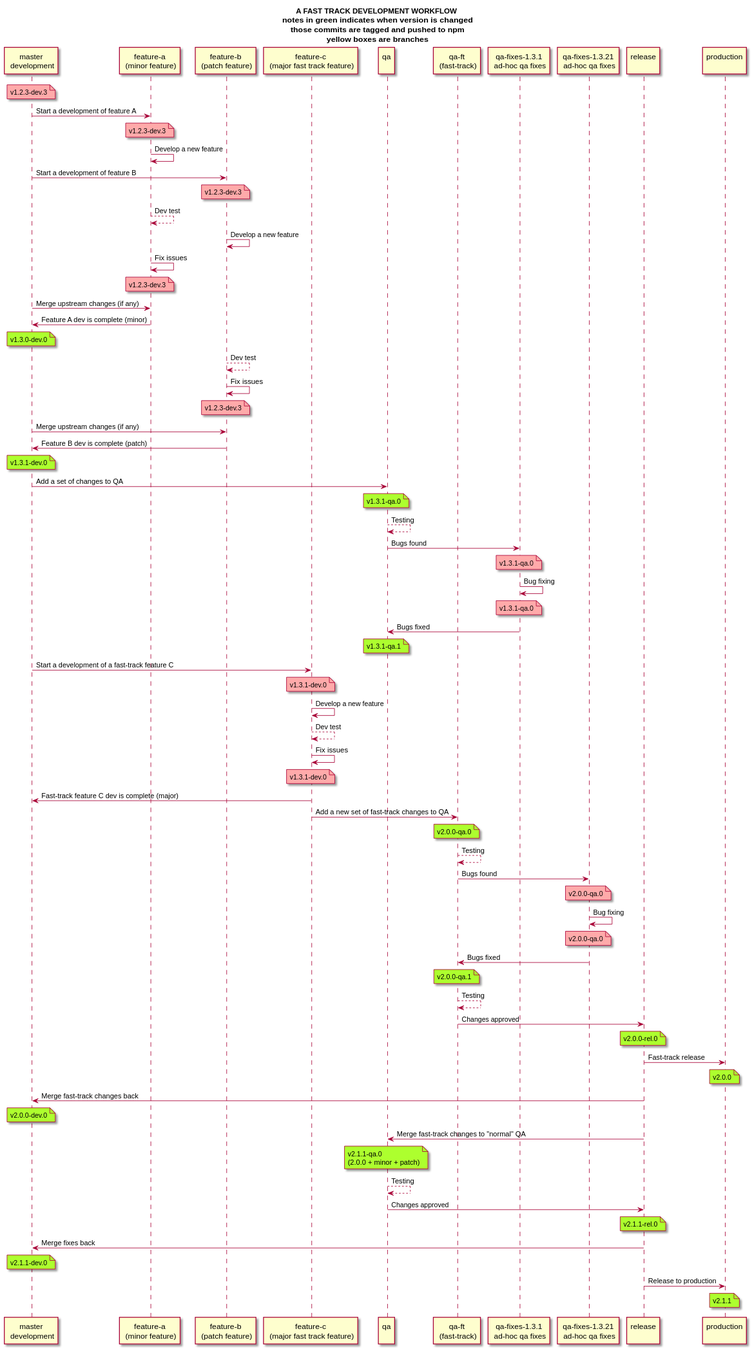
Above: development/git-workflow/git-fast-track-worklow-proposal.svg in alpheios-project/documentation (PlantUML), before the change. Source of this version:
```plantuml
@startuml
title A FAST TRACK DEVELOPMENT WORKFLOW\n notes in green indicates when version is changed\n those commits are tagged and pushed to npm\n yellow boxes are branches
participant "master\n development" as mst
participant "feature-a\n (minor feature)" as f1
participant "feature-b\n (patch feature)" as f2
participant "feature-c\n (major fast track feature)" as f3
participant "qa\n" as qa
participant "qa-ft\n (fast-track)" as qaft
participant "qa-fixes-1.3.1\n ad-hoc qa fixes" as qafix
participant "qa-fixes-1.3.21\n ad-hoc qa fixes" as qafix2
participant "release\n" as rel
participant "production\n" as prod

note over mst #FFAAAA: v1.2.3-dev.3
mst -> f1: Start a development of feature A
note over f1 #FFAAAA: v1.2.3-dev.3
f1 -> f1: Develop a new feature
mst -> f2: Start a development of feature B
note over f2 #FFAAAA: v1.2.3-dev.3
f1 --> f1: Dev test
f2 -> f2: Develop a new feature
f1 -> f1: Fix issues
note over f1 #FFAAAA: v1.2.3-dev.3
mst -> f1: Merge upstream changes (if any)
f1 -> mst: Feature A dev is complete (minor)
note over mst #GreenYellow: v1.3.0-dev.0

f2 --> f2: Dev test
f2 -> f2: Fix issues
note over f2 #FFAAAA: v1.2.3-dev.3
mst -> f2: Merge upstream changes (if any)
f2 -> mst: Feature B dev is complete (patch)
note over mst #GreenYellow: v1.3.1-dev.0

mst -> qa: Add a set of changes to QA
note over qa #GreenYellow: v1.3.1-qa.0
qa --> qa: Testing
qa -> qafix: Bugs found
note over qafix #FFAAAA: v1.3.1-qa.0
qafix -> qafix: Bug fixing
note over qafix #FFAAAA: v1.3.1-qa.0
qafix -> qa: Bugs fixed
note over qa #GreenYellow: v1.3.1-qa.1

mst -> f3: Start a development of a fast-track feature C
note over f3 #FFAAAA: v1.3.1-dev.0
f3 -> f3: Develop a new feature
f3 --> f3: Dev test
f3 -> f3: Fix issues
note over f3 #FFAAAA: v1.3.1-dev.0
f3 -> mst: Fast-track feature C dev is complete (major)

f3 -> qaft: Add a new set of fast-track changes to QA
note over qaft #GreenYellow: v2.0.0-qa.0
qaft --> qaft: Testing
qaft -> qafix2: Bugs found
note over qafix2 #FFAAAA: v2.0.0-qa.0
qafix2 -> qafix2: Bug fixing
note over qafix2 #FFAAAA: v2.0.0-qa.0
qafix2 -> qaft: Bugs fixed
note over qaft #GreenYellow: v2.0.0-qa.1
qaft --> qaft: Testing
qaft -> rel: Changes approved
note over rel #GreenYellow: v2.0.0-rel.0
rel -> prod: Fast-track release
note over prod #GreenYellow: v2.0.0

rel -> mst: Merge fast-track changes back
note over mst #GreenYellow: v2.0.0-dev.0
rel -> qa: Merge fast-track changes to "normal" QA
note over qa #GreenYellow: v2.1.1-qa.0\n(2.0.0 + minor + patch)

qa --> qa: Testing
qa -> rel: Changes approved
note over rel #GreenYellow: v2.1.1-rel.0
rel -> mst: Merge fixes back
note over mst #GreenYellow: v2.1.1-dev.0

rel -> prod: Release to production
note over prod #GreenYellow: v2.1.1
@enduml
```
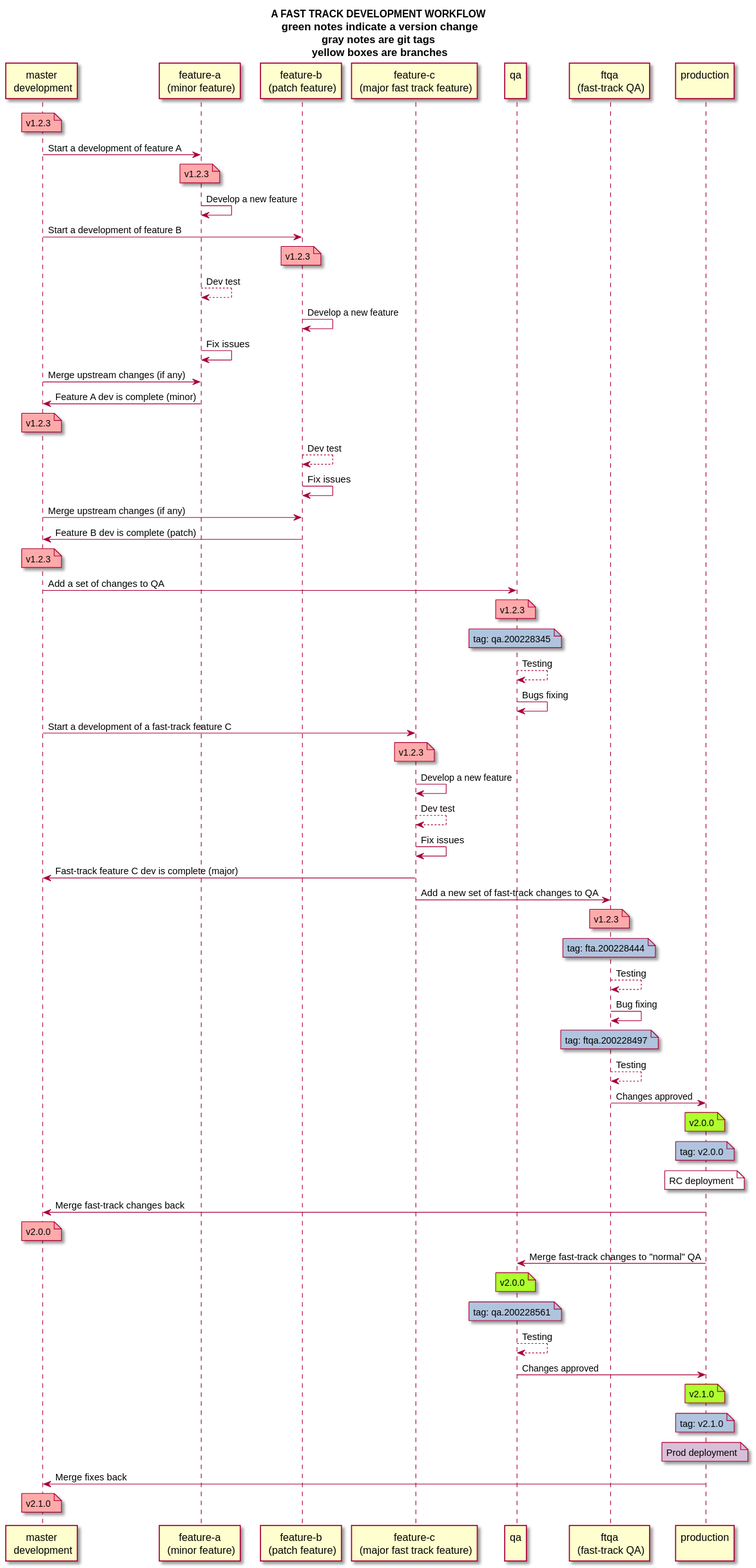
Later version of the same file.

Commit message:
Updated workflow diagrams

What changed in the source:
```diff
@@ -1,81 +1,68 @@
 @startuml
-title A FAST TRACK DEVELOPMENT WORKFLOW\n notes in green indicates when version is changed\n those commits are tagged and pushed to npm\n yellow boxes are branches
+title A FAST TRACK DEVELOPMENT WORKFLOW\n green notes indicate a version change\n gray notes are git tags \n yellow boxes are branches
 participant "master\n development" as mst
 participant "feature-a\n (minor feature)" as f1
 participant "feature-b\n (patch feature)" as f2
 participant "feature-c\n (major fast track feature)" as f3
 participant "qa\n" as qa
-participant "qa-ft\n (fast-track)" as qaft
-participant "qa-fixes-1.3.1\n ad-hoc qa fixes" as qafix
-participant "qa-fixes-1.3.21\n ad-hoc qa fixes" as qafix2
-participant "release\n" as rel
+participant "ftqa\n (fast-track QA)" as ftqa
 participant "production\n" as prod
 
-note over mst #FFAAAA: v1.2.3-dev.3
+note over mst #FFAAAA: v1.2.3
 mst -> f1: Start a development of feature A
-note over f1 #FFAAAA: v1.2.3-dev.3
+note over f1 #FFAAAA: v1.2.3
 f1 -> f1: Develop a new feature
 mst -> f2: Start a development of feature B
-note over f2 #FFAAAA: v1.2.3-dev.3
+note over f2 #FFAAAA: v1.2.3
 f1 --> f1: Dev test
 f2 -> f2: Develop a new feature
 f1 -> f1: Fix issues
-note over f1 #FFAAAA: v1.2.3-dev.3
 mst -> f1: Merge upstream changes (if any)
 f1 -> mst: Feature A dev is complete (minor)
-note over mst #GreenYellow: v1.3.0-dev.0
+note over mst #FFAAAA: v1.2.3
 
 f2 --> f2: Dev test
 f2 -> f2: Fix issues
-note over f2 #FFAAAA: v1.2.3-dev.3
 mst -> f2: Merge upstream changes (if any)
 f2 -> mst: Feature B dev is complete (patch)
-note over mst #GreenYellow: v1.3.1-dev.0
+note over mst #FFAAAA: v1.2.3
 
 mst -> qa: Add a set of changes to QA
-note over qa #GreenYellow: v1.3.1-qa.0
+note over qa #FFAAAA: v1.2.3
+note over qa #LightSteelBlue: tag: qa.200228345
 qa --> qa: Testing
-qa -> qafix: Bugs found
-note over qafix #FFAAAA: v1.3.1-qa.0
-qafix -> qafix: Bug fixing
-note over qafix #FFAAAA: v1.3.1-qa.0
-qafix -> qa: Bugs fixed
-note over qa #GreenYellow: v1.3.1-qa.1
+qa -> qa: Bugs fixing
 
 mst -> f3: Start a development of a fast-track feature C
-note over f3 #FFAAAA: v1.3.1-dev.0
+note over f3 #FFAAAA: v1.2.3
 f3 -> f3: Develop a new feature
 f3 --> f3: Dev test
 f3 -> f3: Fix issues
-note over f3 #FFAAAA: v1.3.1-dev.0
 f3 -> mst: Fast-track feature C dev is complete (major)
 
-f3 -> qaft: Add a new set of fast-track changes to QA
-note over qaft #GreenYellow: v2.0.0-qa.0
-qaft --> qaft: Testing
-qaft -> qafix2: Bugs found
-note over qafix2 #FFAAAA: v2.0.0-qa.0
-qafix2 -> qafix2: Bug fixing
-note over qafix2 #FFAAAA: v2.0.0-qa.0
-qafix2 -> qaft: Bugs fixed
-note over qaft #GreenYellow: v2.0.0-qa.1
-qaft --> qaft: Testing
-qaft -> rel: Changes approved
-note over rel #GreenYellow: v2.0.0-rel.0
-rel -> prod: Fast-track release
+f3 -> ftqa: Add a new set of fast-track changes to QA
+note over ftqa #FFAAAA: v1.2.3
+note over ftqa #LightSteelBlue: tag: fta.200228444
+ftqa --> ftqa: Testing
+ftqa -> ftqa: Bug fixing
+note over ftqa #LightSteelBlue: tag: ftqa.200228497
+ftqa --> ftqa: Testing
+ftqa -> prod: Changes approved
 note over prod #GreenYellow: v2.0.0
+note over prod #LightSteelBlue: tag: v2.0.0
+note over prod #White: RC deployment
 
-rel -> mst: Merge fast-track changes back
-note over mst #GreenYellow: v2.0.0-dev.0
-rel -> qa: Merge fast-track changes to "normal" QA
-note over qa #GreenYellow: v2.1.1-qa.0\n(2.0.0 + minor + patch)
+prod -> mst: Merge fast-track changes back
+note over mst #FFAAAA: v2.0.0
+prod -> qa: Merge fast-track changes to "normal" QA
+note over qa #GreenYellow: v2.0.0
+note over qa #LightSteelBlue: tag: qa.200228561
 
 qa --> qa: Testing
-qa -> rel: Changes approved
-note over rel #GreenYellow: v2.1.1-rel.0
-rel -> mst: Merge fixes back
-note over mst #GreenYellow: v2.1.1-dev.0
-
-rel -> prod: Release to production
-note over prod #GreenYellow: v2.1.1
+qa -> prod: Changes approved
+note over prod #GreenYellow: v2.1.0
+note over prod #LightSteelBlue: tag: v2.1.0
+note over prod #Thistle: Prod deployment
+prod -> mst: Merge fixes back
+note over mst #FFAAAA: v2.1.0
 @enduml
```
